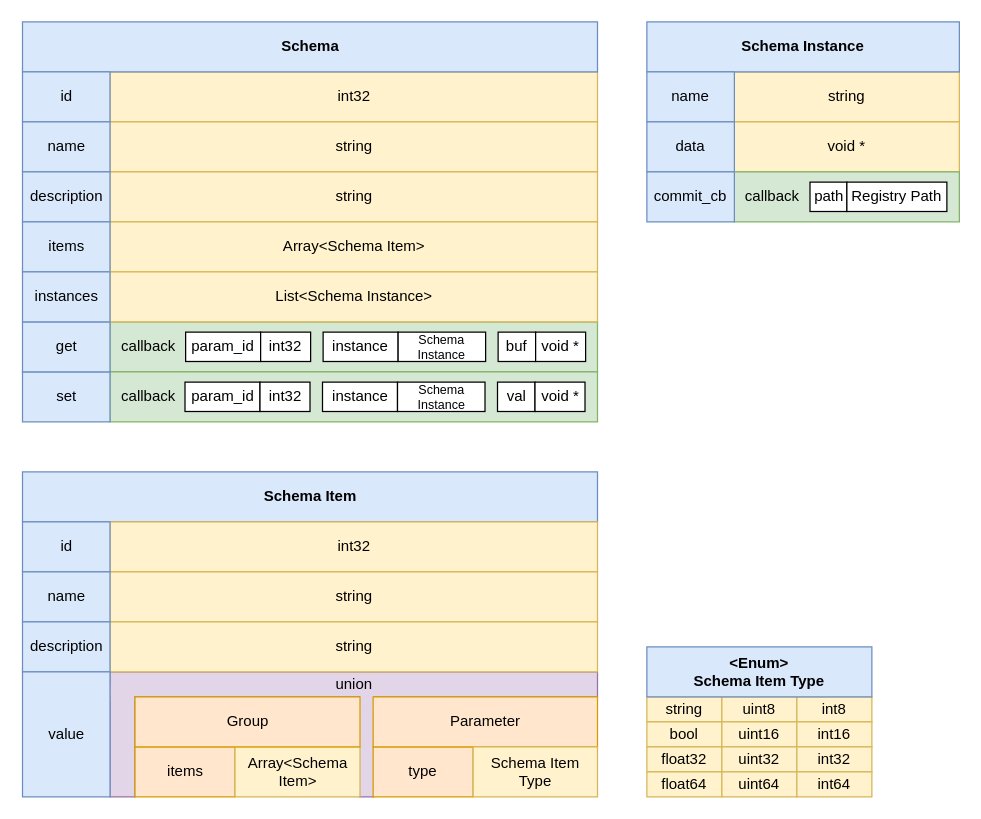
LasseRosenow/riot-runtime-config keeps this draw.io diagram as doc/drawio/schema_structure_2.drawio. Above is the earlier version. Source tidied: cells renumbered, new cells numbered last; positions are measured from the earlier drawing's top-left corner, leaving out a move shared by most shapes. Both pictures are drawn from the tidied source at 125%, with x=0, y=0 at pixel (21, 21).
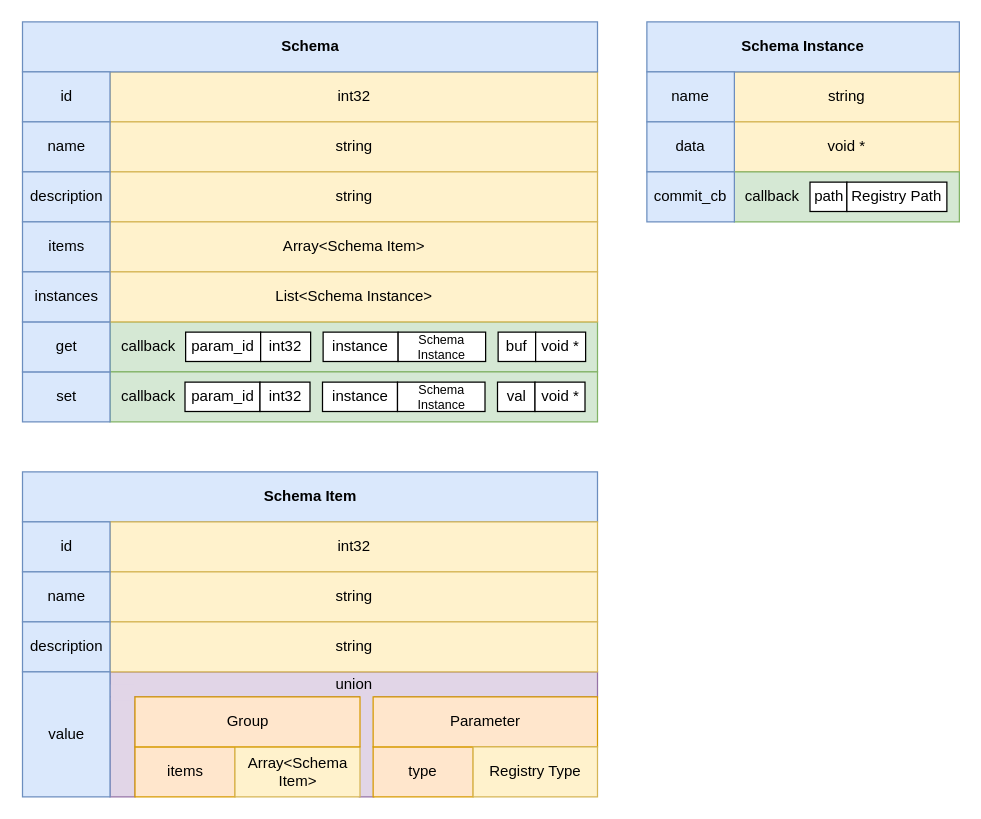
The same diagram, later.

Diff of the diagram source:
```diff
@@
-    <mxCell id="40" value="string" style="rounded=0;whiteSpace=wrap;html=1;fillColor=#fff2cc;strokeColor=#d6b656;" parent="1" vertex="1">
-      <mxGeometry x="500" y="540" width="60" height="20" as="geometry" />
-    </mxCell>
-    <mxCell id="41" value="bool" style="rounded=0;whiteSpace=wrap;html=1;fillColor=#fff2cc;strokeColor=#d6b656;" parent="1" vertex="1">
-      <mxGeometry x="500" y="560" width="60" height="20" as="geometry" />
-    </mxCell>
-    <mxCell id="42" value="float32" style="rounded=0;whiteSpace=wrap;html=1;fillColor=#fff2cc;strokeColor=#d6b656;" parent="1" vertex="1">
-      <mxGeometry x="500" y="580" width="60" height="20" as="geometry" />
-    </mxCell>
-    <mxCell id="43" value="Schema Item Type" style="rounded=0;whiteSpace=wrap;html=1;fillColor=#fff2cc;strokeColor=#d6b656;" parent="1" vertex="1">
+    <mxCell id="43" value="Registry Type" style="rounded=0;whiteSpace=wrap;html=1;fillColor=#fff2cc;strokeColor=#d6b656;" parent="1" vertex="1">
       <mxGeometry x="361" y="580" width="99.5" height="40" as="geometry" />
     </mxCell>
-    <mxCell id="44" value="float64" style="rounded=0;whiteSpace=wrap;html=1;fillColor=#fff2cc;strokeColor=#d6b656;" parent="1" vertex="1">
-      <mxGeometry x="500" y="600" width="60" height="20" as="geometry" />
-    </mxCell>
-    <mxCell id="45" value="uint8" style="rounded=0;whiteSpace=wrap;html=1;fillColor=#fff2cc;strokeColor=#d6b656;" parent="1" vertex="1">
-      <mxGeometry x="560" y="540" width="60" height="20" as="geometry" />
-    </mxCell>
-    <mxCell id="46" value="int8" style="rounded=0;whiteSpace=wrap;html=1;fillColor=#fff2cc;strokeColor=#d6b656;" parent="1" vertex="1">
-      <mxGeometry x="620" y="540" width="60" height="20" as="geometry" />
-    </mxCell>
-    <mxCell id="47" value="uint16" style="rounded=0;whiteSpace=wrap;html=1;fillColor=#fff2cc;strokeColor=#d6b656;" parent="1" vertex="1">
-      <mxGeometry x="560" y="560" width="60" height="20" as="geometry" />
-    </mxCell>
-    <mxCell id="48" value="uint32" style="rounded=0;whiteSpace=wrap;html=1;fillColor=#fff2cc;strokeColor=#d6b656;" parent="1" vertex="1">
-      <mxGeometry x="560" y="580" width="60" height="20" as="geometry" />
-    </mxCell>
-    <mxCell id="49" value="uint64" style="rounded=0;whiteSpace=wrap;html=1;fillColor=#fff2cc;strokeColor=#d6b656;" parent="1" vertex="1">
-      <mxGeometry x="560" y="600" width="60" height="20" as="geometry" />
-    </mxCell>
-    <mxCell id="50" value="int16" style="rounded=0;whiteSpace=wrap;html=1;fillColor=#fff2cc;strokeColor=#d6b656;" parent="1" vertex="1">
-      <mxGeometry x="620" y="560" width="60" height="20" as="geometry" />
-    </mxCell>
-    <mxCell id="51" value="int32" style="rounded=0;whiteSpace=wrap;html=1;fillColor=#fff2cc;strokeColor=#d6b656;" parent="1" vertex="1">
-      <mxGeometry x="620" y="580" width="60" height="20" as="geometry" />
-    </mxCell>
-    <mxCell id="52" value="int64" style="rounded=0;whiteSpace=wrap;html=1;fillColor=#fff2cc;strokeColor=#d6b656;" parent="1" vertex="1">
-      <mxGeometry x="620" y="600" width="60" height="20" as="geometry" />
-    </mxCell>
-    <mxCell id="53" value="&lt;b&gt;&amp;lt;Enum&amp;gt;&lt;br&gt;Schema Item Type&lt;/b&gt;" style="rounded=0;whiteSpace=wrap;html=1;align=center;fillColor=#dae8fc;strokeColor=#6c8ebf;" parent="1" vertex="1">
-      <mxGeometry x="500" y="500" width="180" height="40" as="geometry" />
-    </mxCell>
```
